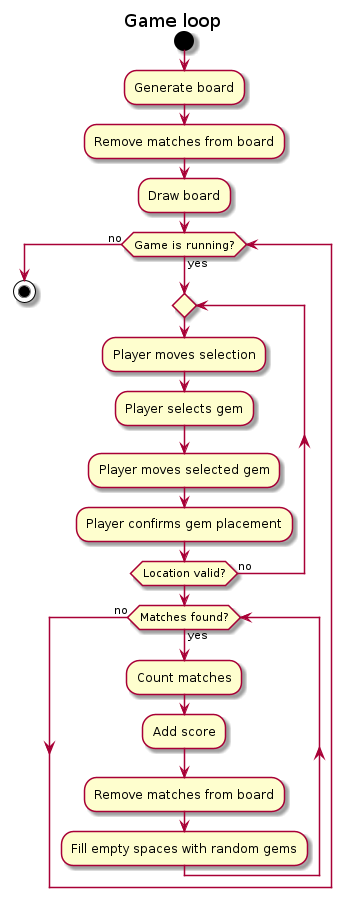
Above: doc/gameloop.png in sharkwouter/oceanpop (PlantUML), before the change.
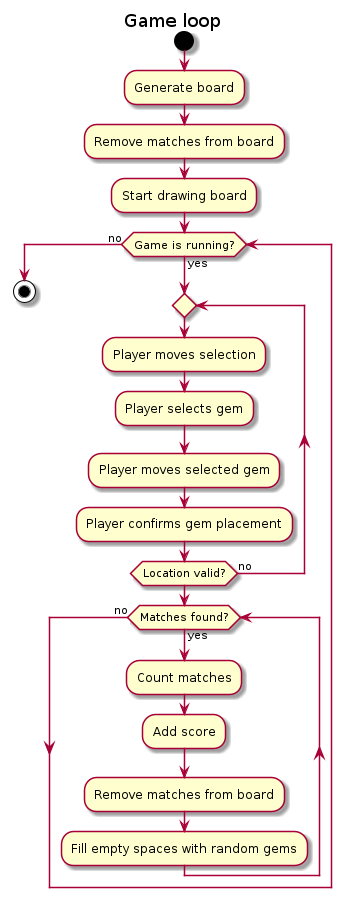
Above is the later version.

Commit message:
Clarify step and use indentation

Diff of the diagram source:
```diff
@@ -5,23 +5,22 @@
 
 :Generate board;
 :Remove matches from board;
-:Draw board;
+:Start drawing board;
 
 while (Game is running?) is (yes)
-repeat
-:Player moves selection;
-:Player selects gem;
-:Player moves selected gem;
-:Player confirms gem placement;
-repeat while (Location valid?) is (no)
+    repeat
+        :Player moves selection;
+        :Player selects gem;
+        :Player moves selected gem;
+        :Player confirms gem placement;
+    repeat while (Location valid?) is (no)
 
-while (Matches found?) is (yes)
-:Count matches;
-:Add score;
-:Remove matches from board;
-:Fill empty spaces with random gems;
-endwhile (no)
-
+    while (Matches found?) is (yes)
+        :Count matches;
+        :Add score;
+        :Remove matches from board;
+        :Fill empty spaces with random gems;
+    endwhile (no)
 endwhile (no)
 
 stop
```
